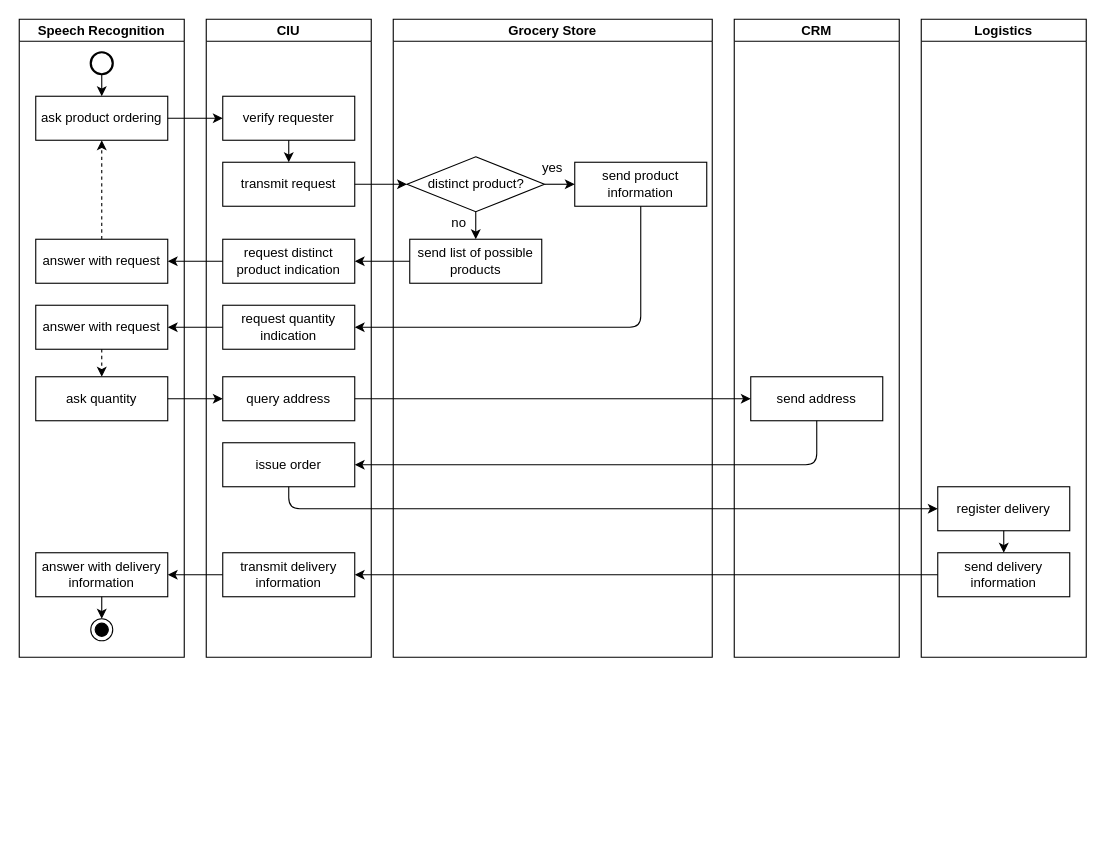
Above: Documentation/Figures/flowcharts/Ordering Food.drawio in RosarioBrancato/SpeechBasedGroceries (draw.io), before the change. Source tidied: cells renumbered, new cells numbered last; positions are measured from the earlier drawing's top-left corner, leaving out a move shared by most shapes. Both pictures are drawn from the tidied source at 110%, with x=0, y=0 at pixel (19, 19).
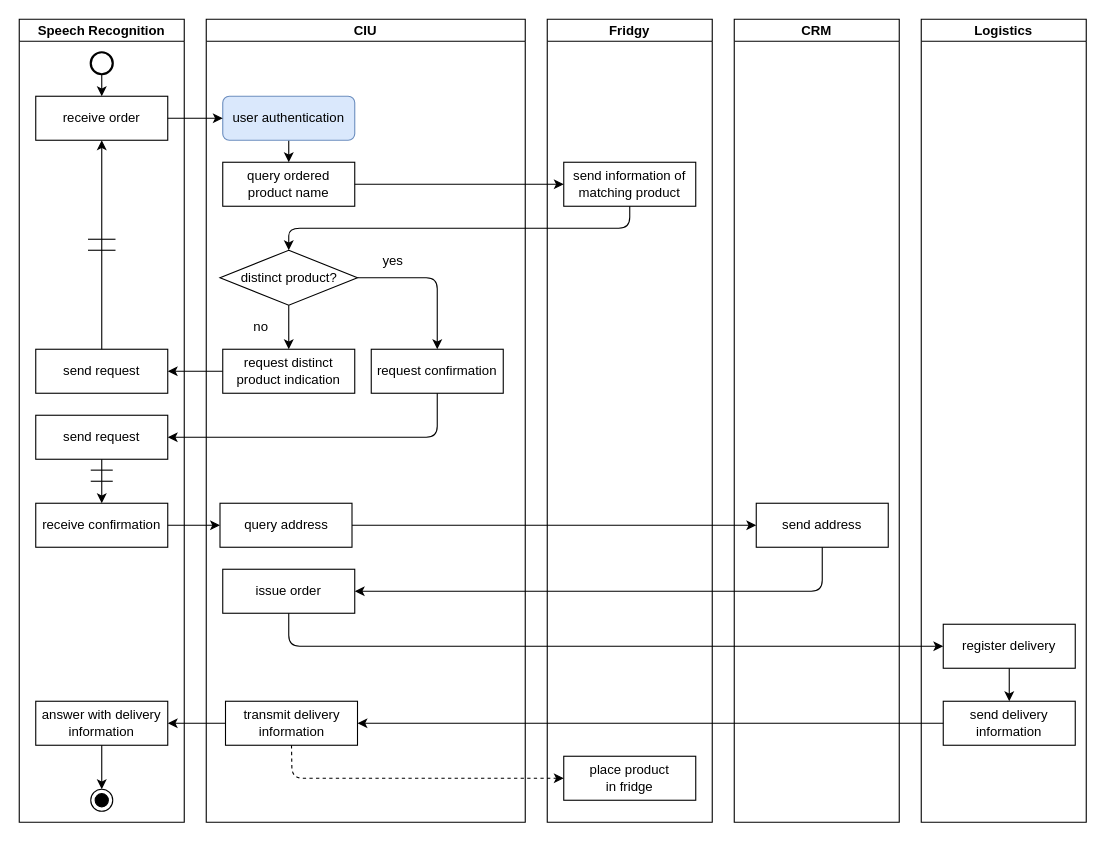
The same page after the edit.

The edit, as a diff of the source:
```diff
@@
     <mxCell id="2" value="Speech Recognition" style="swimlane;startSize=20;" parent="1" vertex="1">
-      <mxGeometry width="150" height="580" as="geometry" />
+      <mxGeometry width="150" height="730" as="geometry" />
     </mxCell>
-    <mxCell id="3" value="ask product ordering" style="rounded=0;whiteSpace=wrap;html=1;" parent="2" vertex="1">
+    <mxCell id="3" value="receive order" style="rounded=0;whiteSpace=wrap;html=1;" parent="2" vertex="1">
       <mxGeometry x="15" y="70" width="120" height="40" as="geometry" />
     </mxCell>
     <mxCell id="4" value="answer with delivery information" style="rounded=0;whiteSpace=wrap;html=1;" parent="2" vertex="1">
-      <mxGeometry x="15" y="485" width="120" height="40" as="geometry" />
+      <mxGeometry x="15" y="620" width="120" height="40" as="geometry" />
     </mxCell>
@@
     <mxCell id="6" style="ellipse;html=1;shape=endState;fillColor=#000000;strokeColor=#000000;" parent="2" vertex="1">
-      <mxGeometry x="65" y="545" width="20" height="20" as="geometry" />
+      <mxGeometry x="65" y="700" width="20" height="20" as="geometry" />
     </mxCell>
@@
-    <mxCell id="9" value="answer with request" style="rounded=0;whiteSpace=wrap;html=1;" parent="2" vertex="1">
-      <mxGeometry x="15" y="200" width="120" height="40" as="geometry" />
+    <mxCell id="9" value="send request" style="rounded=0;whiteSpace=wrap;html=1;" parent="2" vertex="1">
+      <mxGeometry x="15" y="300" width="120" height="40" as="geometry" />
     </mxCell>
-    <mxCell id="10" value="answer with request" style="rounded=0;whiteSpace=wrap;html=1;" parent="2" vertex="1">
-      <mxGeometry x="15" y="260" width="120" height="40" as="geometry" />
+    <mxCell id="10" value="send request" style="rounded=0;whiteSpace=wrap;html=1;" parent="2" vertex="1">
+      <mxGeometry x="15" y="360" width="120" height="40" as="geometry" />
     </mxCell>
-    <mxCell id="11" style="endArrow=classic;html=1;entryX=0.5;entryY=1;entryDx=0;entryDy=0;exitX=0.5;exitY=0;exitDx=0;exitDy=0;dashed=1;" parent="2" edge="1" source="9" target="3">
+    <mxCell id="11" style="endArrow=classic;html=1;entryX=0.5;entryY=1;entryDx=0;entryDy=0;exitX=0.5;exitY=0;exitDx=0;exitDy=0;dashed=0;" parent="2" edge="1" source="9" target="3">
       <mxGeometry relative="1" as="geometry" />
     </mxCell>
-    <mxCell id="12" value="ask quantity" style="rounded=0;whiteSpace=wrap;html=1;" parent="2" vertex="1">
-      <mxGeometry x="15" y="325" width="120" height="40" as="geometry" />
+    <mxCell id="12" value="receive confirmation" style="rounded=0;whiteSpace=wrap;html=1;" parent="2" vertex="1">
+      <mxGeometry x="15" y="440" width="120" height="40" as="geometry" />
     </mxCell>
-    <mxCell id="13" style="endArrow=classic;html=1;exitX=0.5;exitY=1;exitDx=0;exitDy=0;dashed=1;" parent="2" edge="1" source="10" target="12">
+    <mxCell id="13" style="endArrow=classic;html=1;exitX=0.5;exitY=1;exitDx=0;exitDy=0;dashed=0;" parent="2" edge="1" source="10" target="12">
       <mxGeometry relative="1" as="geometry" />
     </mxCell>
+    <mxCell id="49" style="endArrow=none;html=1;" parent="2" edge="1">
+      <mxGeometry relative="1" as="geometry">
+        <mxPoint x="62.5" y="200" as="sourcePoint" />
+        <mxPoint x="87.5" y="200" as="targetPoint" />
+      </mxGeometry>
+    </mxCell>
+    <mxCell id="50" style="endArrow=none;html=1;" parent="2" edge="1">
+      <mxGeometry relative="1" as="geometry">
+        <mxPoint x="62.5" y="210" as="sourcePoint" />
+        <mxPoint x="87.5" y="210" as="targetPoint" />
+      </mxGeometry>
+    </mxCell>
+    <mxCell id="51" style="endArrow=none;html=1;" parent="2" edge="1">
+      <mxGeometry relative="1" as="geometry">
+        <mxPoint x="65" y="420" as="sourcePoint" />
+        <mxPoint x="85" y="420" as="targetPoint" />
+      </mxGeometry>
+    </mxCell>
+    <mxCell id="52" style="endArrow=none;html=1;" parent="2" edge="1">
+      <mxGeometry relative="1" as="geometry">
+        <mxPoint x="65" y="409.9" as="sourcePoint" />
+        <mxPoint x="85" y="409.9" as="targetPoint" />
+      </mxGeometry>
+    </mxCell>
     <mxCell id="14" value="CIU" style="swimlane;startSize=20;" parent="1" vertex="1">
-      <mxGeometry x="170" width="150" height="580" as="geometry" />
+      <mxGeometry x="170" width="290" height="730" as="geometry" />
     </mxCell>
-    <mxCell id="15" value="verify requester" style="rounded=0;whiteSpace=wrap;html=1;" parent="14" vertex="1">
-      <mxGeometry x="15" y="70" width="120" height="40" as="geometry" />
-    </mxCell>
-    <mxCell id="16" value="transmit request" style="rounded=0;whiteSpace=wrap;html=1;" parent="14" vertex="1">
+    <mxCell id="16" value="&lt;div&gt;query ordered &lt;br&gt;&lt;/div&gt;&lt;div&gt;product name&lt;/div&gt;" style="rounded=0;whiteSpace=wrap;html=1;" parent="14" vertex="1">
       <mxGeometry x="15" y="130" width="120" height="40" as="geometry" />
     </mxCell>
-    <mxCell id="17" style="endArrow=classic;html=1;entryX=0.5;entryY=0;entryDx=0;entryDy=0;exitX=0.5;exitY=1;exitDx=0;exitDy=0;" parent="14" edge="1" source="15" target="16">
-      <mxGeometry relative="1" as="geometry" />
+    <mxCell id="17" style="endArrow=classic;html=1;entryX=0.5;entryY=0;entryDx=0;entryDy=0;exitX=0.5;exitY=1;exitDx=0;exitDy=0;" parent="14" edge="1" target="16">
+      <mxGeometry relative="1" as="geometry">
+        <mxPoint x="75" y="110" as="sourcePoint" />
+      </mxGeometry>
     </mxCell>
-    <mxCell id="18" value="request distinct product indication" style="rounded=0;whiteSpace=wrap;html=1;" parent="14" vertex="1">
-      <mxGeometry x="15" y="200" width="120" height="40" as="geometry" />
-    </mxCell>
-    <mxCell id="19" value="request quantity indication" style="rounded=0;whiteSpace=wrap;html=1;" parent="14" vertex="1">
-      <mxGeometry x="15" y="260" width="120" height="40" as="geometry" />
+    <mxCell id="19" value="request confirmation" style="rounded=0;whiteSpace=wrap;html=1;" parent="14" vertex="1">
+      <mxGeometry x="150" y="300" width="120" height="40" as="geometry" />
     </mxCell>
     <mxCell id="20" value="query address" style="rounded=0;whiteSpace=wrap;html=1;" parent="14" vertex="1">
-      <mxGeometry x="15" y="325" width="120" height="40" as="geometry" />
+      <mxGeometry x="12.5" y="440" width="120" height="40" as="geometry" />
     </mxCell>
     <mxCell id="21" value="&lt;div&gt;issue order&lt;/div&gt;" style="rounded=0;whiteSpace=wrap;html=1;" parent="14" vertex="1">
-      <mxGeometry x="15" y="385" width="120" height="40" as="geometry" />
+      <mxGeometry x="15" y="500" width="120" height="40" as="geometry" />
     </mxCell>
     <mxCell id="22" value="transmit delivery information" style="rounded=0;whiteSpace=wrap;html=1;" parent="14" vertex="1">
-      <mxGeometry x="15" y="485" width="120" height="40" as="geometry" />
+      <mxGeometry x="17.5" y="620" width="120" height="40" as="geometry" />
     </mxCell>
-    <mxCell id="23" value="Grocery Store" style="swimlane;startSize=20;" parent="1" vertex="1">
-      <mxGeometry x="340" width="290" height="580" as="geometry" />
-    </mxCell>
-    <mxCell id="24" style="endArrow=classic;html=1;" parent="23" edge="1">
-      <mxGeometry relative="1" as="geometry">
-        <mxPoint x="75" y="170" as="sourcePoint" />
-        <mxPoint x="75" y="200" as="targetPoint" />
-      </mxGeometry>
-    </mxCell>
+    <mxCell id="53" value="user authentication" style="rounded=1;whiteSpace=wrap;html=1;fillColor=#dae8fc;strokeColor=#6c8ebf;" parent="14" vertex="1">
+      <mxGeometry x="15" y="70" width="120" height="40" as="geometry" />
+    </mxCell>
-    <mxCell id="25" value="distinct product?" style="rhombus;whiteSpace=wrap;html=1;strokeColor=#000000;" parent="23" vertex="1">
-      <mxGeometry x="12.5" y="125" width="125" height="50" as="geometry" />
+    <mxCell id="25" value="distinct product?" style="rhombus;whiteSpace=wrap;html=1;strokeColor=#000000;" parent="14" vertex="1">
+      <mxGeometry x="12.5" y="210" width="125" height="50" as="geometry" />
     </mxCell>
-    <mxCell id="26" value="send product information" style="rounded=0;whiteSpace=wrap;html=1;" parent="23" vertex="1">
-      <mxGeometry x="165" y="130" width="120" height="40" as="geometry" />
-    </mxCell>
-    <mxCell id="27" value="send list of possible products" style="rounded=0;whiteSpace=wrap;html=1;" parent="23" vertex="1">
-      <mxGeometry x="15" y="200" width="120" height="40" as="geometry" />
-    </mxCell>
-    <mxCell id="28" value="no" style="text;html=1;strokeColor=none;fillColor=none;align=center;verticalAlign=middle;whiteSpace=wrap;rounded=0;" parent="23" vertex="1">
-      <mxGeometry x="40" y="175" width="40" height="20" as="geometry" />
+    <mxCell id="28" value="no" style="text;html=1;strokeColor=none;fillColor=none;align=center;verticalAlign=middle;whiteSpace=wrap;rounded=0;" parent="14" vertex="1">
+      <mxGeometry x="30" y="270" width="40" height="20" as="geometry" />
     </mxCell>
-    <mxCell id="29" value="yes" style="text;html=1;strokeColor=none;fillColor=none;align=center;verticalAlign=middle;whiteSpace=wrap;rounded=0;" parent="23" vertex="1">
-      <mxGeometry x="125" y="125" width="40" height="20" as="geometry" />
+    <mxCell id="29" value="yes" style="text;html=1;strokeColor=none;fillColor=none;align=center;verticalAlign=middle;whiteSpace=wrap;rounded=0;" parent="14" vertex="1">
+      <mxGeometry x="150" y="210" width="40" height="20" as="geometry" />
     </mxCell>
-    <mxCell id="30" style="endArrow=classic;html=1;exitX=1;exitY=0.5;exitDx=0;exitDy=0;entryX=0;entryY=0.5;entryDx=0;entryDy=0;" parent="23" edge="1" source="25" target="26">
-      <mxGeometry relative="1" as="geometry" />
-    </mxCell>
+    <mxCell id="18" value="request distinct product indication" style="rounded=0;whiteSpace=wrap;html=1;" parent="14" vertex="1">
+      <mxGeometry x="15" y="300" width="120" height="40" as="geometry" />
+    </mxCell>
+    <mxCell id="42" style="endArrow=classic;html=1;entryX=0.5;entryY=0;entryDx=0;entryDy=0;exitX=1;exitY=0.5;exitDx=0;exitDy=0;" parent="14" edge="1" source="25" target="19">
+      <mxGeometry relative="1" as="geometry">
+        <Array as="points">
+          <mxPoint x="210" y="235" />
+        </Array>
+      </mxGeometry>
+    </mxCell>
+    <mxCell id="23" value="Fridgy" style="swimlane;startSize=20;" parent="1" vertex="1">
+      <mxGeometry x="480" width="150" height="730" as="geometry" />
+    </mxCell>
+    <mxCell id="26" value="&lt;div&gt;send information of matching product&lt;/div&gt;" style="rounded=0;whiteSpace=wrap;html=1;" parent="23" vertex="1">
+      <mxGeometry x="15" y="130" width="120" height="40" as="geometry" />
+    </mxCell>
+    <mxCell id="54" value="place product &lt;br&gt;in fridge" style="rounded=0;whiteSpace=wrap;html=1;" parent="23" vertex="1">
+      <mxGeometry x="15" y="670" width="120" height="40" as="geometry" />
+    </mxCell>
     <mxCell id="31" value="CRM" style="swimlane;startSize=20;" parent="1" vertex="1">
-      <mxGeometry x="650" width="150" height="580" as="geometry" />
+      <mxGeometry x="650" width="150" height="730" as="geometry" />
     </mxCell>
     <mxCell id="32" value="send address" style="rounded=0;whiteSpace=wrap;html=1;" parent="31" vertex="1">
-      <mxGeometry x="15" y="325" width="120" height="40" as="geometry" />
+      <mxGeometry x="20" y="440" width="120" height="40" as="geometry" />
     </mxCell>
     <mxCell id="33" value="Logistics" style="swimlane;startSize=20;" parent="1" vertex="1">
-      <mxGeometry x="820" width="150" height="580" as="geometry" />
+      <mxGeometry x="820" width="150" height="730" as="geometry" />
     </mxCell>
     <mxCell id="34" value="register delivery" style="rounded=0;whiteSpace=wrap;html=1;" parent="33" vertex="1">
-      <mxGeometry x="15" y="425" width="120" height="40" as="geometry" />
+      <mxGeometry x="20" y="550" width="120" height="40" as="geometry" />
     </mxCell>
     <mxCell id="35" value="send delivery information" style="rounded=0;whiteSpace=wrap;html=1;" parent="33" vertex="1">
-      <mxGeometry x="15" y="485" width="120" height="40" as="geometry" />
+      <mxGeometry x="20" y="620" width="120" height="40" as="geometry" />
     </mxCell>
@@
-    <mxCell id="37" style="endArrow=classic;html=1;entryX=0;entryY=0.5;entryDx=0;entryDy=0;exitX=1;exitY=0.5;exitDx=0;exitDy=0;" parent="1" edge="1" source="3" target="15">
-      <mxGeometry relative="1" as="geometry" />
+    <mxCell id="37" style="endArrow=classic;html=1;entryX=0;entryY=0.5;entryDx=0;entryDy=0;exitX=1;exitY=0.5;exitDx=0;exitDy=0;" parent="1" edge="1" source="3">
+      <mxGeometry relative="1" as="geometry">
+        <mxPoint x="185" y="90" as="targetPoint" />
+      </mxGeometry>
     </mxCell>
-    <mxCell id="38" style="endArrow=classic;html=1;exitX=1;exitY=0.5;exitDx=0;exitDy=0;" parent="1" edge="1" source="16" target="25">
-      <mxGeometry relative="1" as="geometry" />
-    </mxCell>
-    <mxCell id="39" style="endArrow=classic;html=1;exitX=0;exitY=0.5;exitDx=0;exitDy=0;entryX=1;entryY=0.5;entryDx=0;entryDy=0;" parent="1" edge="1" source="27" target="18">
-      <mxGeometry relative="1" as="geometry" />
-    </mxCell>
@@
-    <mxCell id="41" style="endArrow=classic;html=1;entryX=1;entryY=0.5;entryDx=0;entryDy=0;exitX=0.5;exitY=1;exitDx=0;exitDy=0;" parent="1" edge="1" source="26" target="19">
-      <mxGeometry relative="1" as="geometry">
-        <Array as="points">
-          <mxPoint x="565" y="280" />
-        </Array>
-      </mxGeometry>
-    </mxCell>
-    <mxCell id="42" style="endArrow=classic;html=1;entryX=1;entryY=0.5;entryDx=0;entryDy=0;" parent="1" edge="1" source="19" target="10">
-      <mxGeometry relative="1" as="geometry" />
-    </mxCell>
-    <mxCell id="43" style="endArrow=classic;html=1;entryX=0;entryY=0.5;entryDx=0;entryDy=0;exitX=1;exitY=0.5;exitDx=0;exitDy=0;" parent="1" edge="1" source="12" target="20">
-      <mxGeometry relative="1" as="geometry" />
-    </mxCell>
     <mxCell id="44" style="endArrow=classic;html=1;exitX=0.5;exitY=1;exitDx=0;exitDy=0;entryX=1;entryY=0.5;entryDx=0;entryDy=0;" parent="1" edge="1" source="32" target="21">
       <mxGeometry relative="1" as="geometry">
         <Array as="points">
-          <mxPoint x="725" y="405" />
+          <mxPoint x="730" y="520" />
         </Array>
       </mxGeometry>
     </mxCell>
@@
     <mxCell id="48" style="endArrow=classic;html=1;entryX=0;entryY=0.5;entryDx=0;entryDy=0;exitX=0.5;exitY=1;exitDx=0;exitDy=0;" parent="1" edge="1" source="21" target="34">
       <mxGeometry relative="1" as="geometry">
         <Array as="points">
-          <mxPoint x="245" y="445" />
+          <mxPoint x="245" y="570" />
         </Array>
       </mxGeometry>
     </mxCell>
+    <mxCell id="55" style="endArrow=classic;html=1;entryX=0;entryY=0.5;entryDx=0;entryDy=0;" parent="1" edge="1" source="16" target="26">
+      <mxGeometry relative="1" as="geometry" />
+    </mxCell>
+    <mxCell id="56" style="endArrow=classic;html=1;entryX=0.5;entryY=0;entryDx=0;entryDy=0;" parent="1" edge="1" target="18">
+      <mxGeometry relative="1" as="geometry">
+        <mxPoint x="245" y="260" as="sourcePoint" />
+      </mxGeometry>
+    </mxCell>
+    <mxCell id="57" style="endArrow=classic;html=1;exitX=0.5;exitY=1;exitDx=0;exitDy=0;entryX=0.5;entryY=0;entryDx=0;entryDy=0;" parent="1" edge="1" source="26" target="25">
+      <mxGeometry relative="1" as="geometry">
+        <Array as="points">
+          <mxPoint x="555" y="190" />
+          <mxPoint x="245" y="190" />
+        </Array>
+      </mxGeometry>
+    </mxCell>
+    <mxCell id="58" style="endArrow=classic;html=1;exitX=0.5;exitY=1;exitDx=0;exitDy=0;entryX=1;entryY=0.5;entryDx=0;entryDy=0;" parent="1" edge="1" source="19" target="10">
+      <mxGeometry relative="1" as="geometry">
+        <Array as="points">
+          <mxPoint x="380" y="380" />
+        </Array>
+      </mxGeometry>
+    </mxCell>
+    <mxCell id="43" style="endArrow=classic;html=1;exitX=1;exitY=0.5;exitDx=0;exitDy=0;entryX=0;entryY=0.5;entryDx=0;entryDy=0;" parent="1" edge="1" source="12" target="20">
+      <mxGeometry relative="1" as="geometry" />
+    </mxCell>
+    <mxCell id="59" style="endArrow=classic;html=1;exitX=0.5;exitY=1;exitDx=0;exitDy=0;entryX=0;entryY=0.5;entryDx=0;entryDy=0;dashed=1;" parent="1" edge="1" source="22" target="54">
+      <mxGeometry relative="1" as="geometry">
+        <Array as="points">
+          <mxPoint x="248" y="690" />
+        </Array>
+      </mxGeometry>
+    </mxCell>
```
